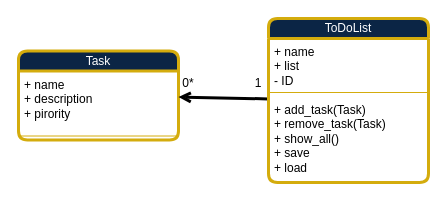
Earlier version of the draw.io diagram page "Page-1" (1 of 2) of Design/Class Diagram.drawio (TnT74K/Project-TDL). Source tidied: cells renumbered, new cells numbered last; positions are measured from the earlier drawing's top-left corner, leaving out a move shared by most shapes. Both pictures are drawn from the tidied source at 100%, with x=0, y=0 at pixel (18, 18).
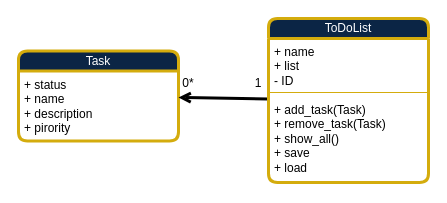
Above is the later version.

Commit message (it also covers changes not shown here):
refactor task objects to have 'status' property

What changed in the source:
```diff
@@
 <mxGraphModel>
   <root>
     <mxCell id="0" />
     <mxCell id="1" parent="0" />
     <mxCell id="2" value="Task" style="swimlane;fontStyle=0;align=center;verticalAlign=middle;horizontal=1;startSize=20;whiteSpace=wrap;html=1;rounded=1;glass=0;strokeColor=light-dark(#D4AC0D,#D4AC0D);strokeWidth=3;fontFamily=zain;fontSize=12;fontColor=light-dark(#FFFFFF,#FFFFFF);labelBackgroundColor=none;textDirection=ltr;fillColor=light-dark(#0B2545,#0B2545);gradientColor=none;" parent="1" vertex="1">
-      <mxGeometry y="32.5" width="160" height="89" as="geometry" />
+      <mxGeometry y="32.5" width="160" height="90" as="geometry" />
     </mxCell>
-    <mxCell id="3" value="&lt;font face=&quot;Zain&quot; style=&quot;color: light-dark(rgb(0, 0, 0), rgb(255, 255, 255));&quot;&gt;+ name&lt;/font&gt;&lt;div&gt;&lt;font face=&quot;Zain&quot; style=&quot;color: light-dark(rgb(0, 0, 0), rgb(255, 255, 255));&quot;&gt;+ description&lt;/font&gt;&lt;/div&gt;&lt;div&gt;&lt;font face=&quot;Zain&quot; style=&quot;color: light-dark(rgb(0, 0, 0), rgb(255, 255, 255));&quot;&gt;+ pirority&lt;/font&gt;&lt;/div&gt;" style="text;strokeColor=none;fillColor=none;align=left;verticalAlign=top;spacingLeft=4;spacingRight=4;overflow=hidden;whiteSpace=wrap;html=1;" parent="2" vertex="1">
-      <mxGeometry y="20" width="160" height="61" as="geometry" />
+    <mxCell id="3" value="&lt;div&gt;&lt;font face=&quot;Zain&quot;&gt;+ status&lt;/font&gt;&lt;/div&gt;&lt;div&gt;&lt;span style=&quot;font-family: Zain; background-color: transparent;&quot;&gt;+ name&lt;/span&gt;&lt;/div&gt;&lt;div&gt;&lt;font face=&quot;Zain&quot; style=&quot;color: light-dark(rgb(0, 0, 0), rgb(255, 255, 255));&quot;&gt;+ description&lt;/font&gt;&lt;/div&gt;&lt;div&gt;&lt;font face=&quot;Zain&quot; style=&quot;color: light-dark(rgb(0, 0, 0), rgb(255, 255, 255));&quot;&gt;+ pirority&lt;/font&gt;&lt;/div&gt;" style="text;strokeColor=none;fillColor=none;align=left;verticalAlign=top;spacingLeft=4;spacingRight=4;overflow=hidden;whiteSpace=wrap;html=1;" parent="2" vertex="1">
+      <mxGeometry y="20" width="160" height="70" as="geometry" />
     </mxCell>
-    <mxCell id="4" style="line;strokeWidth=1;fillColor=none;align=left;verticalAlign=middle;spacingTop=-1;spacingLeft=3;spacingRight=3;labelPosition=right;strokeColor=inherit;" parent="2" vertex="1">
-      <mxGeometry y="81" width="160" height="8" as="geometry" />
-    </mxCell>
     <mxCell id="5" style="edgeStyle=none;shape=connector;rounded=0;jettySize=auto;html=1;strokeColor=light-dark(#000000,#FFFFFF);strokeWidth=3;align=center;verticalAlign=middle;fontFamily=zain;fontSize=12;fontColor=light-dark(#000000,#FFFFFF);fontStyle=1;labelBackgroundColor=none;horizontal=1;textDirection=ltr;startArrow=none;startFill=0;endArrow=open;endFill=0;" parent="1" edge="1" source="6" target="2">
       <mxGeometry relative="1" as="geometry" />
     </mxCell>
     <mxCell id="6" value="ToDoList" style="swimlane;fontStyle=0;align=center;verticalAlign=middle;horizontal=1;startSize=20;whiteSpace=wrap;html=1;rounded=1;glass=0;strokeColor=light-dark(#D4AC0D,#D4AC0D);strokeWidth=3;fontFamily=zain;fontSize=12;fontColor=light-dark(#FFFFFF,#FFFFFF);labelBackgroundColor=none;textDirection=ltr;fillColor=light-dark(#0B2545,#0B2545);gradientColor=none;" parent="1" vertex="1">
       <mxGeometry x="250" width="160" height="164" as="geometry" />
     </mxCell>
     <mxCell id="7" value="&lt;font face=&quot;Zain&quot;&gt;+ name&lt;/font&gt;&lt;div&gt;&lt;font face=&quot;Zain&quot;&gt;+ list&lt;/font&gt;&lt;/div&gt;&lt;div&gt;&lt;font face=&quot;Zain&quot;&gt;- ID&lt;/font&gt;&lt;/div&gt;" style="text;strokeColor=none;fillColor=none;align=left;verticalAlign=top;spacingLeft=4;spacingRight=4;overflow=hidden;whiteSpace=wrap;html=1;" parent="6" vertex="1">
       <mxGeometry y="20" width="160" height="50" as="geometry" />
     </mxCell>
     <mxCell id="8" style="line;strokeWidth=1;fillColor=none;align=left;verticalAlign=middle;spacingTop=-1;spacingLeft=3;spacingRight=3;labelPosition=right;strokeColor=inherit;" parent="6" vertex="1">
       <mxGeometry y="70" width="160" height="8" as="geometry" />
     </mxCell>
     <mxCell id="9" value="+ add_task(Task)&lt;div&gt;+ remove_task(Task)&lt;/div&gt;&lt;div&gt;+ show_all()&lt;/div&gt;&lt;div&gt;+ save&lt;/div&gt;&lt;div&gt;+ load&lt;/div&gt;" style="text;strokeColor=none;fillColor=none;align=left;verticalAlign=top;spacingLeft=4;spacingRight=4;overflow=hidden;whiteSpace=wrap;html=1;fontFamily=Zain;fontColor=default;" parent="6" vertex="1">
       <mxGeometry y="78" width="160" height="86" as="geometry" />
     </mxCell>
     <mxCell id="10" value="1" style="text;html=1;whiteSpace=wrap;strokeColor=none;fillColor=none;align=center;verticalAlign=middle;rounded=0;fontFamily=Zain;fontColor=light-dark(#000000,#FFFFFF);" parent="1" vertex="1">
       <mxGeometry x="230" y="50" width="20" height="30" as="geometry" />
     </mxCell>
     <mxCell id="11" value="0*" style="text;html=1;whiteSpace=wrap;strokeColor=none;fillColor=none;align=center;verticalAlign=middle;rounded=0;fontFamily=Zain;fontColor=light-dark(#000000,#FFFFFF);" parent="1" vertex="1">
       <mxGeometry x="160" y="50" width="20" height="30" as="geometry" />
     </mxCell>
   </root>
 </mxGraphModel>
```
